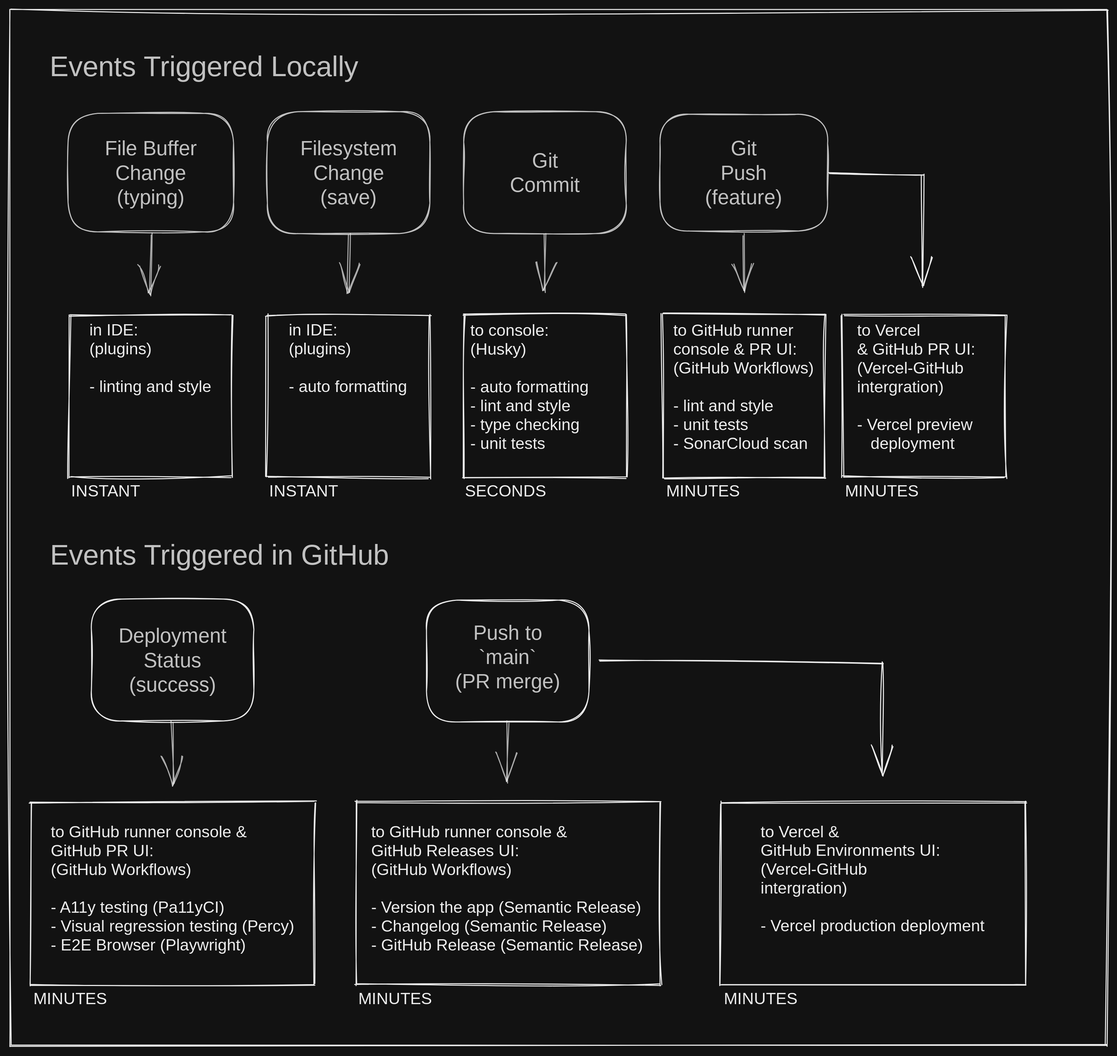
Before: docs/images/sdlc_events_dark.excalidraw.svg, a diagram exported from Excalidraw (oaknational/Oak-Web-Application). Source tidied: one line per element, renumbered; positions are measured from the earlier drawing's top-left corner, leaving out a move shared by most shapes.
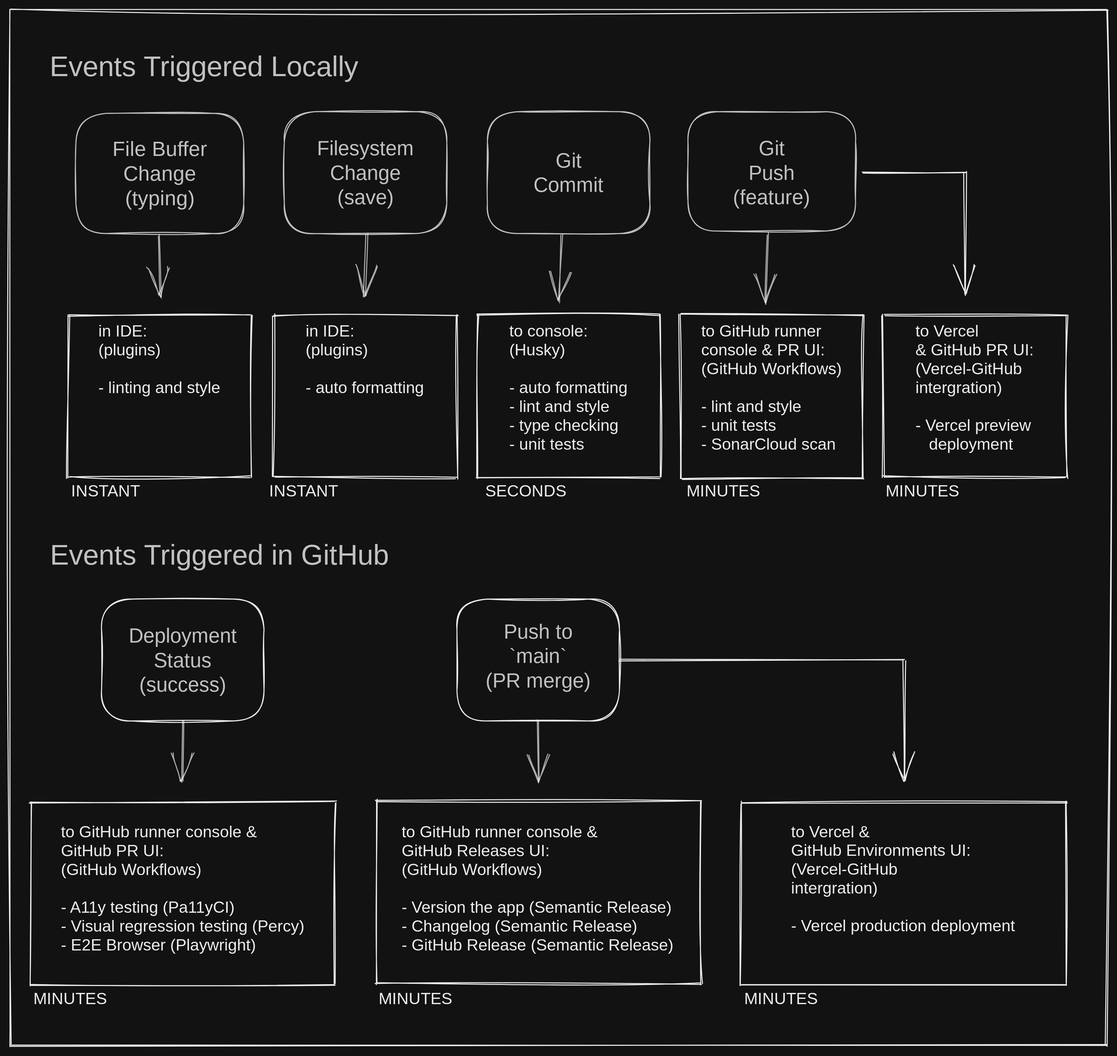
The same file after the commit.

Commit message:
docs(testing): tweak spacing for GitHub font

Change to the diagram source:
```diff
@@ -1,47 +1,47 @@
 {"id": 0, "type": "text", "text": "Events Triggered Locally", "strokeColor": "#000000", "strokeWidth": 1, "roughness": 1, "opacity": 80, "fontSize": 28, "fontFamily": 1, "textAlign": "center", "x": 20, "y": 40, "width": 342, "height": 36}
 {"id": 1, "type": "text", "text": "Events Triggered in GitHub", "strokeColor": "#000000", "strokeWidth": 1, "roughness": 1, "opacity": 80, "fontSize": 28, "fontFamily": 1, "textAlign": "center", "x": 20, "y": 521, "width": 372, "height": 36}
-{"id": 2, "type": "rectangle", "strokeColor": "#000000", "strokeWidth": 1, "roughness": 1, "x": 80, "y": 580, "width": 160, "height": 120}
+{"id": 2, "type": "rectangle", "strokeColor": "#000000", "strokeWidth": 1, "roughness": 1, "x": 90, "y": 580, "width": 160, "height": 120}
-{"id": 3, "type": "text", "text": "Deployment\nStatus\n(success)", "strokeColor": "#000000", "strokeWidth": 1, "roughness": 1, "opacity": 80, "fontSize": 20, "fontFamily": 3, "textAlign": "center", "x": 102, "y": 604, "width": 117, "height": 72}
+{"id": 3, "type": "text", "text": "Deployment\nStatus\n(success)", "strokeColor": "#000000", "strokeWidth": 1, "roughness": 1, "opacity": 80, "fontSize": 20, "fontFamily": 3, "textAlign": "center", "x": 112, "y": 604, "width": 117, "height": 72}
-{"id": 4, "type": "rectangle", "strokeColor": "#000000", "strokeWidth": 1, "roughness": 1, "x": 410, "y": 581, "width": 160, "height": 120}
+{"id": 4, "type": "rectangle", "strokeColor": "#000000", "strokeWidth": 1, "roughness": 1, "x": 440, "y": 580, "width": 160, "height": 120}
-{"id": 5, "type": "text", "text": "Push to\n`main`\n(PR merge)", "strokeColor": "#000000", "strokeWidth": 1, "roughness": 1, "opacity": 80, "fontSize": 20, "fontFamily": 3, "textAlign": "center", "x": 431, "y": 601, "width": 118, "height": 72}
+{"id": 5, "type": "text", "text": "Push to\n`main`\n(PR merge)", "strokeColor": "#000000", "strokeWidth": 1, "roughness": 1, "opacity": 80, "fontSize": 20, "fontFamily": 3, "textAlign": "center", "x": 461, "y": 600, "width": 118, "height": 72}
 {"id": 6, "type": "rectangle", "strokeColor": "#000000", "strokeWidth": 1, "roughness": 2, "x": 0, "y": 0, "width": 1080, "height": 1020}
-{"id": 7, "type": "rectangle", "strokeColor": "#000000", "strokeWidth": 1, "roughness": 1, "opacity": 80, "x": 57, "y": 102, "width": 163, "height": 117}
+{"id": 7, "type": "rectangle", "strokeColor": "#000000", "strokeWidth": 1, "roughness": 1, "opacity": 80, "x": 65, "y": 102, "width": 165, "height": 118}
-{"id": 8, "type": "text", "text": "File Buffer\nChange\n(typing)", "strokeColor": "#000000", "strokeWidth": 1, "roughness": 1, "opacity": 80, "fontSize": 20, "fontFamily": 3, "textAlign": "center", "x": 74, "y": 124, "width": 129, "height": 72}
+{"id": 8, "type": "text", "text": "File Buffer\nChange\n(typing)", "strokeColor": "#000000", "strokeWidth": 1, "roughness": 1, "opacity": 80, "fontSize": 20.28, "fontFamily": 3, "textAlign": "center", "x": 82, "y": 124, "width": 131, "height": 73}
-{"id": 9, "type": "arrow", "strokeColor": "#000000", "strokeWidth": 1, "roughness": 1, "opacity": 70, "endArrowhead": "arrow", "from": 7, "to": 10, "x": 139, "y": 221, "width": 0, "height": 60, "points": [[0, 0], [0, 60]]}
+{"id": 9, "type": "arrow", "strokeColor": "#000000", "strokeWidth": 1, "roughness": 1, "opacity": 70, "endArrowhead": "arrow", "from": 7, "to": 10, "x": 146, "y": 222, "width": 4, "height": 61, "points": [[0, 0], [4, 61]]}
-{"id": 10, "type": "rectangle", "strokeColor": "#000000", "strokeWidth": 1, "roughness": 1, "x": 58, "y": 300, "width": 160, "height": 160}
+{"id": 10, "type": "rectangle", "strokeColor": "#000000", "strokeWidth": 1, "roughness": 1, "x": 57, "y": 300, "width": 180, "height": 160}
-{"id": 11, "type": "text", "text": "in IDE:\n(plugins)\n\n- linting and style", "strokeColor": "#000000", "strokeWidth": 1, "roughness": 1, "fontSize": 16, "fontFamily": 2, "x": 78, "y": 306, "width": 121, "height": 74}
+{"id": 11, "type": "text", "text": "in IDE:\n(plugins)\n\n- linting and style", "strokeColor": "#000000", "strokeWidth": 1, "roughness": 1, "fontSize": 16, "fontFamily": 2, "x": 87, "y": 307, "width": 121, "height": 74}
-{"id": 12, "type": "rectangle", "strokeColor": "#000000", "strokeWidth": 1, "roughness": 1, "opacity": 80, "x": 253, "y": 100, "width": 160, "height": 120}
+{"id": 12, "type": "rectangle", "strokeColor": "#000000", "strokeWidth": 1, "roughness": 1, "opacity": 80, "x": 270, "y": 100, "width": 160, "height": 120}
-{"id": 13, "type": "text", "text": "Filesystem\nChange\n(save)", "strokeColor": "#000000", "strokeWidth": 1, "roughness": 1, "opacity": 80, "fontSize": 20, "fontFamily": 3, "textAlign": "center", "x": 275, "y": 124, "width": 117, "height": 72}
+{"id": 13, "type": "text", "text": "Filesystem\nChange\n(save)", "strokeColor": "#000000", "strokeWidth": 1, "roughness": 1, "opacity": 80, "fontSize": 20, "fontFamily": 3, "textAlign": "center", "x": 292, "y": 124, "width": 117, "height": 72}
-{"id": 14, "type": "arrow", "strokeColor": "#000000", "strokeWidth": 1, "roughness": 1, "opacity": 70, "endArrowhead": "arrow", "from": 12, "to": 15, "x": 334, "y": 221, "width": 1, "height": 57, "points": [[0, 0], [-1, 57]]}
+{"id": 14, "type": "arrow", "strokeColor": "#000000", "strokeWidth": 1, "roughness": 1, "opacity": 70, "endArrowhead": "arrow", "from": 12, "to": 15, "x": 351, "y": 221, "width": 2, "height": 60, "points": [[0, 0], [-2, 60]]}
-{"id": 15, "type": "rectangle", "strokeColor": "#000000", "strokeWidth": 1, "roughness": 1, "x": 253, "y": 300, "width": 160, "height": 160}
+{"id": 15, "type": "rectangle", "strokeColor": "#000000", "strokeWidth": 1, "roughness": 1, "x": 260, "y": 300, "width": 180, "height": 160}
-{"id": 16, "type": "text", "text": "in IDE:\n(plugins)\n\n- auto formatting", "strokeColor": "#000000", "strokeWidth": 1, "roughness": 1, "fontSize": 16, "fontFamily": 2, "x": 274, "y": 306, "width": 118, "height": 74}
+{"id": 16, "type": "text", "text": "in IDE:\n(plugins)\n\n- auto formatting", "strokeColor": "#000000", "strokeWidth": 1, "roughness": 1, "fontSize": 16, "fontFamily": 2, "x": 291, "y": 307, "width": 118, "height": 74}
-{"id": 17, "type": "text", "text": "Git\nCommit", "strokeColor": "#000000", "strokeWidth": 1, "roughness": 1, "opacity": 80, "fontSize": 20, "fontFamily": 3, "textAlign": "center", "x": 491, "y": 136, "width": 72, "height": 48}
+{"id": 17, "type": "text", "text": "Git\nCommit", "strokeColor": "#000000", "strokeWidth": 1, "roughness": 1, "opacity": 80, "fontSize": 20, "fontFamily": 3, "textAlign": "center", "x": 514, "y": 136, "width": 72, "height": 48}
-{"id": 18, "type": "rectangle", "strokeColor": "#000000", "strokeWidth": 1, "roughness": 1, "opacity": 80, "x": 447, "y": 100, "width": 160, "height": 120}
+{"id": 18, "type": "rectangle", "strokeColor": "#000000", "strokeWidth": 1, "roughness": 1, "opacity": 80, "x": 470, "y": 100, "width": 160, "height": 120}
-{"id": 19, "type": "arrow", "strokeColor": "#000000", "strokeWidth": 1, "roughness": 1, "opacity": 70, "endArrowhead": "arrow", "to": 20, "x": 527, "y": 219, "width": 1, "height": 58, "points": [[0, 0], [1, 58]]}
-{"id": 20, "type": "rectangle", "strokeColor": "#000000", "strokeWidth": 1, "roughness": 1, "x": 447, "y": 300, "width": 160, "height": 160}
+{"id": 20, "type": "rectangle", "strokeColor": "#000000", "strokeWidth": 1, "roughness": 1, "x": 460, "y": 300, "width": 180, "height": 160}
-{"id": 21, "type": "text", "text": "to console:\n(Husky)\n\n- auto formatting\n- lint and style\n- type checking\n- unit tests", "strokeColor": "#000000", "strokeWidth": 1, "roughness": 1, "fontSize": 16, "fontFamily": 2, "x": 453, "y": 306, "width": 117, "height": 130}
+{"id": 21, "type": "text", "text": "to console:\n(Husky)\n\n- auto formatting\n- lint and style\n- type checking\n- unit tests", "strokeColor": "#000000", "strokeWidth": 1, "roughness": 1, "fontSize": 16, "fontFamily": 2, "x": 492, "y": 307, "width": 117, "height": 130}
-{"id": 22, "type": "rectangle", "strokeColor": "#000000", "strokeWidth": 1, "roughness": 1, "opacity": 80, "x": 640, "y": 102, "width": 165, "height": 115}
+{"id": 22, "type": "rectangle", "strokeColor": "#000000", "strokeWidth": 1, "roughness": 1, "opacity": 80, "x": 668, "y": 100, "width": 165, "height": 118}
-{"id": 23, "type": "text", "text": "Git\nPush\n(feature)", "strokeColor": "#000000", "strokeWidth": 1, "roughness": 1, "opacity": 80, "fontSize": 20, "fontFamily": 3, "textAlign": "center", "x": 669, "y": 124, "width": 107, "height": 72}
+{"id": 23, "type": "text", "text": "Git\nPush\n(feature)", "strokeColor": "#000000", "strokeWidth": 1, "roughness": 1, "opacity": 80, "fontSize": 20, "fontFamily": 3, "textAlign": "center", "x": 696, "y": 124, "width": 107, "height": 72}
-{"id": 24, "type": "arrow", "strokeColor": "#000000", "strokeWidth": 1, "roughness": 1, "opacity": 70, "endArrowhead": "arrow", "from": 22, "to": 25, "x": 722, "y": 221, "width": 1, "height": 57, "points": [[0, 0], [1, 57]]}
+{"id": 24, "type": "arrow", "strokeColor": "#000000", "strokeWidth": 1, "roughness": 1, "opacity": 70, "endArrowhead": "arrow", "from": 22, "to": 26, "x": 746, "y": 220, "width": 2, "height": 69, "points": [[0, 0], [-2, 69]]}
-{"id": 25, "type": "rectangle", "strokeColor": "#000000", "strokeWidth": 1, "roughness": 1, "x": 642, "y": 300, "width": 160, "height": 160}
+{"id": 25, "type": "rectangle", "strokeColor": "#000000", "strokeWidth": 1, "roughness": 1, "x": 660, "y": 300, "width": 180, "height": 160}
-{"id": 26, "type": "text", "text": "to GitHub runner\nconsole & PR UI:\n(GitHub Workflows)\n\n- lint and style\n- unit tests\n- SonarCloud scan", "strokeColor": "#000000", "strokeWidth": 1, "roughness": 1, "fontSize": 16, "fontFamily": 2, "x": 653, "y": 306, "width": 139, "height": 130}
+{"id": 26, "type": "text", "text": "to GitHub runner\nconsole & PR UI:\n(GitHub Workflows)\n\n- lint and style\n- unit tests\n- SonarCloud scan", "strokeColor": "#000000", "strokeWidth": 1, "roughness": 1, "fontSize": 16, "fontFamily": 2, "x": 680, "y": 307, "width": 139, "height": 130}
-{"id": 27, "type": "arrow", "strokeColor": "#000000", "strokeWidth": 1, "roughness": 1, "endArrowhead": "arrow", "from": 22, "to": 28, "x": 807, "y": 161, "width": 91, "height": 111, "points": [[0, 0], [91, 2], [91, 111]]}
+{"id": 27, "type": "arrow", "strokeColor": "#000000", "strokeWidth": 1, "roughness": 1, "endArrowhead": "arrow", "from": 22, "to": 28, "x": 840, "y": 160, "width": 100, "height": 120, "points": [[0, 0], [100, 0], [100, 120]]}
-{"id": 28, "type": "rectangle", "strokeColor": "#000000", "strokeWidth": 1, "roughness": 1, "x": 820, "y": 300, "width": 160, "height": 160}
+{"id": 28, "type": "rectangle", "strokeColor": "#000000", "strokeWidth": 1, "roughness": 1, "x": 860, "y": 300, "width": 180, "height": 160}
-{"id": 29, "type": "text", "text": "to Vercel\n& GitHub PR UI:\n(Vercel-GitHub\nintergration)\n\n- Vercel preview\n   deployment", "strokeColor": "#000000", "strokeWidth": 1, "roughness": 1, "fontSize": 16, "fontFamily": 2, "x": 834, "y": 306, "width": 117, "height": 130}
+{"id": 29, "type": "text", "text": "to Vercel\n& GitHub PR UI:\n(Vercel-GitHub\nintergration)\n\n- Vercel preview\n   deployment", "strokeColor": "#000000", "strokeWidth": 1, "roughness": 1, "fontSize": 16, "fontFamily": 2, "x": 892, "y": 307, "width": 117, "height": 130}
-{"id": 30, "type": "rectangle", "strokeColor": "#000000", "strokeWidth": 1, "roughness": 1, "x": 20, "y": 780, "width": 280, "height": 180}
+{"id": 30, "type": "rectangle", "strokeColor": "#000000", "strokeWidth": 1, "roughness": 1, "x": 20, "y": 780, "width": 300, "height": 180}
-{"id": 31, "type": "text", "text": "to GitHub runner console &\nGitHub PR UI:\n(GitHub Workflows)\n\n- A11y testing (Pa11yCI)\n- Visual regression testing (Percy)\n- E2E Browser (Playwright)", "strokeColor": "#000000", "strokeWidth": 1, "roughness": 1, "fontSize": 16, "fontFamily": 2, "x": 40, "y": 800, "width": 240, "height": 130}
+{"id": 31, "type": "text", "text": "to GitHub runner console &\nGitHub PR UI:\n(GitHub Workflows)\n\n- A11y testing (Pa11yCI)\n- Visual regression testing (Percy)\n- E2E Browser (Playwright)", "strokeColor": "#000000", "strokeWidth": 1, "roughness": 1, "fontSize": 16, "fontFamily": 2, "x": 50, "y": 800, "width": 240, "height": 130}
-{"id": 32, "type": "arrow", "strokeColor": "#000000", "strokeWidth": 1, "roughness": 1, "opacity": 70, "endArrowhead": "arrow", "from": 2, "to": 30, "x": 159, "y": 701, "width": 3, "height": 61, "points": [[0, 0], [3, 61]]}
-{"id": 33, "type": "rectangle", "strokeColor": "#000000", "strokeWidth": 1, "roughness": 1, "x": 340, "y": 780, "width": 300, "height": 180}
+{"id": 33, "type": "rectangle", "strokeColor": "#000000", "strokeWidth": 1, "roughness": 1, "x": 360, "y": 779, "width": 320, "height": 180}
-{"id": 34, "type": "text", "text": "to GitHub runner console &\nGitHub Releases UI:\n(GitHub Workflows)\n\n- Version the app (Semantic Release)\n- Changelog (Semantic Release)\n- GitHub Release (Semantic Release)", "strokeColor": "#000000", "strokeWidth": 1, "roughness": 1, "fontSize": 16, "fontFamily": 2, "x": 356, "y": 800, "width": 269, "height": 130}
+{"id": 34, "type": "text", "text": "to GitHub runner console &\nGitHub Releases UI:\n(GitHub Workflows)\n\n- Version the app (Semantic Release)\n- Changelog (Semantic Release)\n- GitHub Release (Semantic Release)", "strokeColor": "#000000", "strokeWidth": 1, "roughness": 1, "fontSize": 16, "fontFamily": 2, "x": 386, "y": 800, "width": 269, "height": 130}
-{"id": 35, "type": "arrow", "strokeColor": "#000000", "strokeWidth": 1, "roughness": 1, "opacity": 70, "endArrowhead": "arrow", "to": 33, "x": 490, "y": 701, "width": 0, "height": 60, "points": [[0, 0], [0, 60]]}
-{"id": 36, "type": "rectangle", "strokeColor": "#000000", "strokeWidth": 1, "roughness": 1, "x": 700, "y": 780, "width": 300, "height": 180}
+{"id": 36, "type": "rectangle", "strokeColor": "#000000", "strokeWidth": 1, "roughness": 1, "x": 720, "y": 780, "width": 320, "height": 180}
-{"id": 37, "type": "text", "text": "to Vercel &\nGitHub Environments UI:\n(Vercel-GitHub\nintergration)\n\n- Vercel production deployment", "strokeColor": "#000000", "strokeWidth": 1, "roughness": 1, "fontSize": 16, "fontFamily": 2, "x": 739, "y": 800, "width": 222, "height": 111}
+{"id": 37, "type": "text", "text": "to Vercel &\nGitHub Environments UI:\n(Vercel-GitHub\nintergration)\n\n- Vercel production deployment", "strokeColor": "#000000", "strokeWidth": 1, "roughness": 1, "fontSize": 16, "fontFamily": 2, "x": 769, "y": 800, "width": 222, "height": 111}
-{"id": 38, "type": "arrow", "strokeColor": "#000000", "strokeWidth": 1, "roughness": 1, "endArrowhead": "arrow", "from": 4, "to": 36, "x": 581, "y": 641, "width": 278, "height": 112, "points": [[0, 0], [278, 2], [278, 112]]}
 {"id": 39, "type": "text", "text": "INSTANT", "strokeColor": "#000000", "strokeWidth": 1, "roughness": 1, "fontSize": 16, "fontFamily": 3, "x": 60, "y": 463, "width": 67, "height": 20}
 {"id": 40, "type": "text", "text": "INSTANT", "strokeColor": "#000000", "strokeWidth": 1, "roughness": 1, "fontSize": 16, "fontFamily": 3, "x": 255, "y": 463, "width": 67, "height": 20}
-{"id": 41, "type": "text", "text": "SECONDS", "strokeColor": "#000000", "strokeWidth": 1, "roughness": 1, "fontSize": 16, "fontFamily": 3, "x": 448, "y": 463, "width": 67, "height": 20}
+{"id": 41, "type": "text", "text": "SECONDS", "strokeColor": "#000000", "strokeWidth": 1, "roughness": 1, "fontSize": 16, "fontFamily": 3, "x": 468, "y": 463, "width": 67, "height": 20}
-{"id": 42, "type": "text", "text": "MINUTES", "strokeColor": "#000000", "strokeWidth": 1, "roughness": 1, "fontSize": 16, "fontFamily": 3, "x": 646, "y": 463, "width": 67, "height": 20}
+{"id": 42, "type": "text", "text": "MINUTES", "strokeColor": "#000000", "strokeWidth": 1, "roughness": 1, "fontSize": 16, "fontFamily": 3, "x": 666, "y": 463, "width": 67, "height": 20}
-{"id": 43, "type": "text", "text": "MINUTES", "strokeColor": "#000000", "strokeWidth": 1, "roughness": 1, "fontSize": 16, "fontFamily": 3, "x": 822, "y": 463, "width": 67, "height": 20}
+{"id": 43, "type": "text", "text": "MINUTES", "strokeColor": "#000000", "strokeWidth": 1, "roughness": 1, "fontSize": 16, "fontFamily": 3, "x": 862, "y": 463, "width": 67, "height": 20}
 {"id": 44, "type": "text", "text": "MINUTES", "strokeColor": "#000000", "strokeWidth": 1, "roughness": 1, "fontSize": 16, "fontFamily": 3, "x": 23, "y": 963, "width": 67, "height": 20}
-{"id": 45, "type": "text", "text": "MINUTES", "strokeColor": "#000000", "strokeWidth": 1, "roughness": 1, "fontSize": 16, "fontFamily": 3, "x": 343, "y": 963, "width": 67, "height": 20}
+{"id": 45, "type": "text", "text": "MINUTES", "strokeColor": "#000000", "strokeWidth": 1, "roughness": 1, "fontSize": 16, "fontFamily": 3, "x": 363, "y": 963, "width": 67, "height": 20}
-{"id": 46, "type": "text", "text": "MINUTES", "strokeColor": "#000000", "strokeWidth": 1, "roughness": 1, "fontSize": 16, "fontFamily": 3, "x": 703, "y": 963, "width": 67, "height": 20}
+{"id": 46, "type": "text", "text": "MINUTES", "strokeColor": "#000000", "strokeWidth": 1, "roughness": 1, "fontSize": 16, "fontFamily": 3, "x": 723, "y": 963, "width": 67, "height": 20}
+{"id": 47, "type": "arrow", "strokeColor": "#000000", "strokeWidth": 1, "roughness": 1, "opacity": 70, "endArrowhead": "arrow", "to": 30, "x": 170, "y": 700, "width": 0, "height": 60, "points": [[0, 0], [0, 60]]}
+{"id": 48, "type": "arrow", "strokeColor": "#000000", "strokeWidth": 1, "roughness": 1, "opacity": 70, "endArrowhead": "arrow", "to": 33, "x": 520, "y": 699, "width": 0, "height": 60, "points": [[0, 0], [0, 60]]}
+{"id": 49, "type": "arrow", "strokeColor": "#000000", "strokeWidth": 1, "roughness": 1, "opacity": 70, "endArrowhead": "arrow", "from": 18, "to": 21, "x": 543, "y": 221, "width": 2, "height": 67, "points": [[0, 0], [-2, 67]]}
+{"id": 50, "type": "arrow", "strokeColor": "#000000", "strokeWidth": 1, "roughness": 1, "endArrowhead": "arrow", "from": 4, "to": 36, "x": 600, "y": 640, "width": 280, "height": 120, "points": [[0, 0], [280, 0], [280, 120]]}
```
